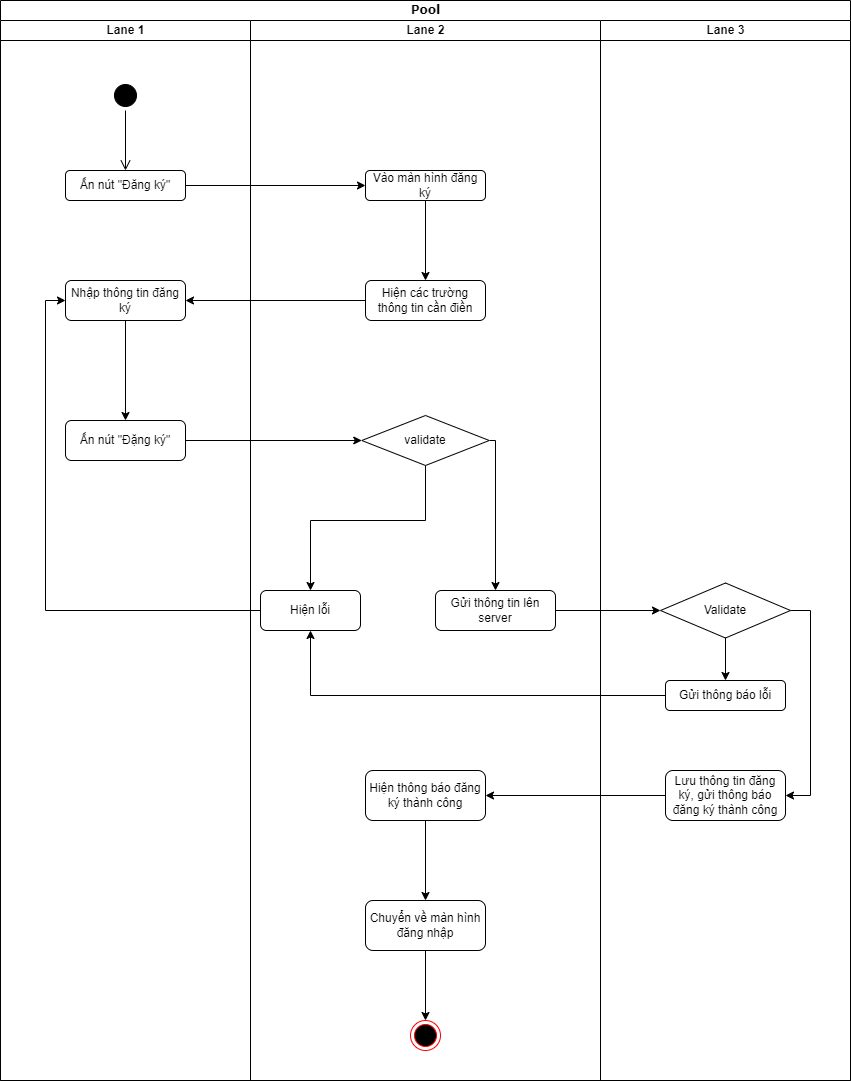
The draw.io diagram activity diagram/đăng ký.drawio.png in kienndhn/draw-io, before a commit. Source tidied: cells renumbered, new cells last; positions are measured from the earlier drawing's top-left corner, leaving out a move shared by most shapes. The source it was exported from:
```xml
<mxGraphModel>
  <root>
    <mxCell id="0" />
    <mxCell id="1" parent="0" />
    <mxCell id="2" value="Pool" style="swimlane;html=1;startSize=20;rounded=0;shadow=0;comic=0;labelBackgroundColor=none;strokeWidth=1;fontFamily=Verdana;fontSize=12;align=center;" parent="1" vertex="1">
      <mxGeometry width="850" height="1080" as="geometry" />
    </mxCell>
    <mxCell id="3" value="Lane 1" style="swimlane;html=1;startSize=20;" parent="2" vertex="1">
      <mxGeometry y="20" width="250" height="1060" as="geometry" />
    </mxCell>
    <mxCell id="4" style="ellipse;html=1;shape=startState;fillColor=#000000;strokeColor=#000000;" parent="3" vertex="1">
      <mxGeometry x="110" y="60" width="30" height="30" as="geometry" />
    </mxCell>
    <mxCell id="5" style="edgeStyle=orthogonalEdgeStyle;html=1;verticalAlign=bottom;endArrow=open;endSize=8;strokeColor=#000000;rounded=0;" parent="3" edge="1" source="4">
      <mxGeometry relative="1" as="geometry">
        <mxPoint x="125" y="150" as="targetPoint" />
      </mxGeometry>
    </mxCell>
    <mxCell id="6" value="Ấn nút &quot;Đăng ký&quot;" style="rounded=1;whiteSpace=wrap;html=1;" parent="3" vertex="1">
      <mxGeometry x="65" y="150" width="120" height="30" as="geometry" />
    </mxCell>
    <mxCell id="7" style="edgeStyle=orthogonalEdgeStyle;rounded=0;jettySize=auto;html=1;entryX=0.5;entryY=0;entryDx=0;entryDy=0;strokeColor=#000000;" parent="3" edge="1" source="8" target="9">
      <mxGeometry relative="1" as="geometry" />
    </mxCell>
    <mxCell id="8" value="Nhập thông tin đăng ký" style="rounded=1;whiteSpace=wrap;html=1;strokeColor=#000000;" parent="3" vertex="1">
      <mxGeometry x="65" y="260" width="120" height="40" as="geometry" />
    </mxCell>
    <mxCell id="9" value="Ấn nút &quot;Đặng ký&quot;" style="rounded=1;whiteSpace=wrap;html=1;strokeColor=#000000;" parent="3" vertex="1">
      <mxGeometry x="65" y="400" width="120" height="40" as="geometry" />
    </mxCell>
    <mxCell id="10" value="Lane 2" style="swimlane;html=1;startSize=20;" parent="2" vertex="1">
      <mxGeometry x="250" y="20" width="350" height="1060" as="geometry" />
    </mxCell>
    <mxCell id="11" style="edgeStyle=orthogonalEdgeStyle;rounded=0;jettySize=auto;html=1;entryX=0.5;entryY=0;entryDx=0;entryDy=0;strokeColor=#000000;" parent="10" edge="1" source="12" target="13">
      <mxGeometry relative="1" as="geometry" />
    </mxCell>
    <mxCell id="12" value="Vào màn hình đăng ký" style="rounded=1;whiteSpace=wrap;html=1;strokeColor=#000000;" parent="10" vertex="1">
      <mxGeometry x="115" y="150" width="120" height="30" as="geometry" />
    </mxCell>
    <mxCell id="13" value="Hiện các trường thông tin cần điền" style="rounded=1;whiteSpace=wrap;html=1;strokeColor=#000000;" parent="10" vertex="1">
      <mxGeometry x="115" y="260" width="120" height="40" as="geometry" />
    </mxCell>
    <mxCell id="14" style="edgeStyle=orthogonalEdgeStyle;rounded=0;jettySize=auto;html=1;exitX=0.5;exitY=1;exitDx=0;exitDy=0;entryX=0.5;entryY=0;entryDx=0;entryDy=0;strokeColor=#000000;" parent="10" edge="1" source="16" target="17">
      <mxGeometry relative="1" as="geometry">
        <Array as="points">
          <mxPoint x="175" y="500" />
          <mxPoint x="60" y="500" />
        </Array>
      </mxGeometry>
    </mxCell>
    <mxCell id="15" style="edgeStyle=orthogonalEdgeStyle;rounded=0;jettySize=auto;html=1;exitX=1;exitY=0.5;exitDx=0;exitDy=0;strokeColor=#000000;" parent="10" edge="1" source="16" target="18">
      <mxGeometry relative="1" as="geometry">
        <Array as="points">
          <mxPoint x="245" y="420" />
        </Array>
      </mxGeometry>
    </mxCell>
    <mxCell id="16" value="validate" style="rhombus;whiteSpace=wrap;html=1;strokeColor=#000000;" parent="10" vertex="1">
      <mxGeometry x="111.2" y="395" width="127.5" height="50" as="geometry" />
    </mxCell>
    <mxCell id="17" value="Hiện lỗi" style="rounded=1;whiteSpace=wrap;html=1;strokeColor=#000000;" parent="10" vertex="1">
      <mxGeometry x="10" y="570" width="100" height="40" as="geometry" />
    </mxCell>
    <mxCell id="18" value="Gửi thông tin lên server" style="rounded=1;whiteSpace=wrap;html=1;strokeColor=#000000;" parent="10" vertex="1">
      <mxGeometry x="185" y="570" width="120" height="40" as="geometry" />
    </mxCell>
    <mxCell id="19" style="edgeStyle=orthogonalEdgeStyle;rounded=0;jettySize=auto;html=1;strokeColor=#000000;" parent="10" edge="1" source="20" target="22">
      <mxGeometry relative="1" as="geometry" />
    </mxCell>
    <mxCell id="20" value="Hiện thông báo đăng ký thành công" style="rounded=1;whiteSpace=wrap;html=1;strokeColor=#000000;" parent="10" vertex="1">
      <mxGeometry x="115" y="750" width="120" height="50" as="geometry" />
    </mxCell>
    <mxCell id="21" style="edgeStyle=orthogonalEdgeStyle;rounded=0;jettySize=auto;html=1;entryX=0.5;entryY=0;entryDx=0;entryDy=0;strokeColor=#000000;" parent="10" edge="1" source="22" target="23">
      <mxGeometry relative="1" as="geometry" />
    </mxCell>
    <mxCell id="22" value="Chuyển về màn hình đăng nhập" style="rounded=1;whiteSpace=wrap;html=1;strokeColor=#000000;" parent="10" vertex="1">
      <mxGeometry x="115" y="880" width="120" height="50" as="geometry" />
    </mxCell>
    <mxCell id="23" style="ellipse;html=1;shape=endState;fillColor=#000000;strokeColor=#ff0000;" parent="10" vertex="1">
      <mxGeometry x="160" y="1000" width="30" height="30" as="geometry" />
    </mxCell>
    <mxCell id="24" value="Lane 3" style="swimlane;html=1;startSize=20;" parent="2" vertex="1">
      <mxGeometry x="600" y="20" width="250" height="1060" as="geometry" />
    </mxCell>
    <mxCell id="25" style="edgeStyle=orthogonalEdgeStyle;rounded=0;jettySize=auto;html=1;entryX=1;entryY=0.5;entryDx=0;entryDy=0;strokeColor=#000000;exitX=1;exitY=0.5;exitDx=0;exitDy=0;" parent="24" edge="1" source="27" target="28">
      <mxGeometry relative="1" as="geometry" />
    </mxCell>
    <mxCell id="26" style="edgeStyle=orthogonalEdgeStyle;rounded=0;jettySize=auto;html=1;entryX=0.5;entryY=0;entryDx=0;entryDy=0;strokeColor=#000000;" parent="24" edge="1" source="27" target="29">
      <mxGeometry relative="1" as="geometry" />
    </mxCell>
    <mxCell id="27" value="Validate" style="rhombus;whiteSpace=wrap;html=1;strokeColor=#000000;" parent="24" vertex="1">
      <mxGeometry x="60" y="562.5" width="130" height="55" as="geometry" />
    </mxCell>
    <mxCell id="28" value="Lưu thông tin đăng ký, gửi thông báo đăng ký thành công" style="rounded=1;whiteSpace=wrap;html=1;strokeColor=#000000;" parent="24" vertex="1">
      <mxGeometry x="65" y="750" width="120" height="50" as="geometry" />
    </mxCell>
    <mxCell id="29" value="Gửi thông báo lỗi" style="rounded=1;whiteSpace=wrap;html=1;strokeColor=#000000;" parent="24" vertex="1">
      <mxGeometry x="65" y="660" width="120" height="30" as="geometry" />
    </mxCell>
    <mxCell id="30" style="edgeStyle=orthogonalEdgeStyle;rounded=0;jettySize=auto;html=1;entryX=0;entryY=0.5;entryDx=0;entryDy=0;strokeColor=#000000;" parent="2" edge="1" source="6" target="12">
      <mxGeometry relative="1" as="geometry" />
    </mxCell>
    <mxCell id="31" style="edgeStyle=orthogonalEdgeStyle;rounded=0;jettySize=auto;html=1;entryX=1;entryY=0.5;entryDx=0;entryDy=0;strokeColor=#000000;" parent="2" edge="1" source="13" target="8">
      <mxGeometry relative="1" as="geometry" />
    </mxCell>
    <mxCell id="32" style="edgeStyle=orthogonalEdgeStyle;rounded=0;jettySize=auto;html=1;entryX=0;entryY=0.5;entryDx=0;entryDy=0;strokeColor=#000000;" parent="2" edge="1" source="9" target="16">
      <mxGeometry relative="1" as="geometry" />
    </mxCell>
    <mxCell id="33" style="edgeStyle=orthogonalEdgeStyle;rounded=0;jettySize=auto;html=1;entryX=0;entryY=0.5;entryDx=0;entryDy=0;strokeColor=#000000;" parent="2" edge="1" source="17" target="8">
      <mxGeometry relative="1" as="geometry" />
    </mxCell>
    <mxCell id="34" style="edgeStyle=orthogonalEdgeStyle;rounded=0;jettySize=auto;html=1;entryX=0;entryY=0.5;entryDx=0;entryDy=0;strokeColor=#000000;" parent="2" edge="1" source="18" target="27">
      <mxGeometry relative="1" as="geometry" />
    </mxCell>
    <mxCell id="35" style="edgeStyle=orthogonalEdgeStyle;rounded=0;jettySize=auto;html=1;strokeColor=#000000;" parent="2" edge="1" source="28" target="20">
      <mxGeometry relative="1" as="geometry" />
    </mxCell>
    <mxCell id="36" style="edgeStyle=orthogonalEdgeStyle;rounded=0;jettySize=auto;html=1;entryX=0.5;entryY=1;entryDx=0;entryDy=0;strokeColor=#000000;" parent="2" edge="1" source="29" target="17">
      <mxGeometry relative="1" as="geometry" />
    </mxCell>
  </root>
</mxGraphModel>
```
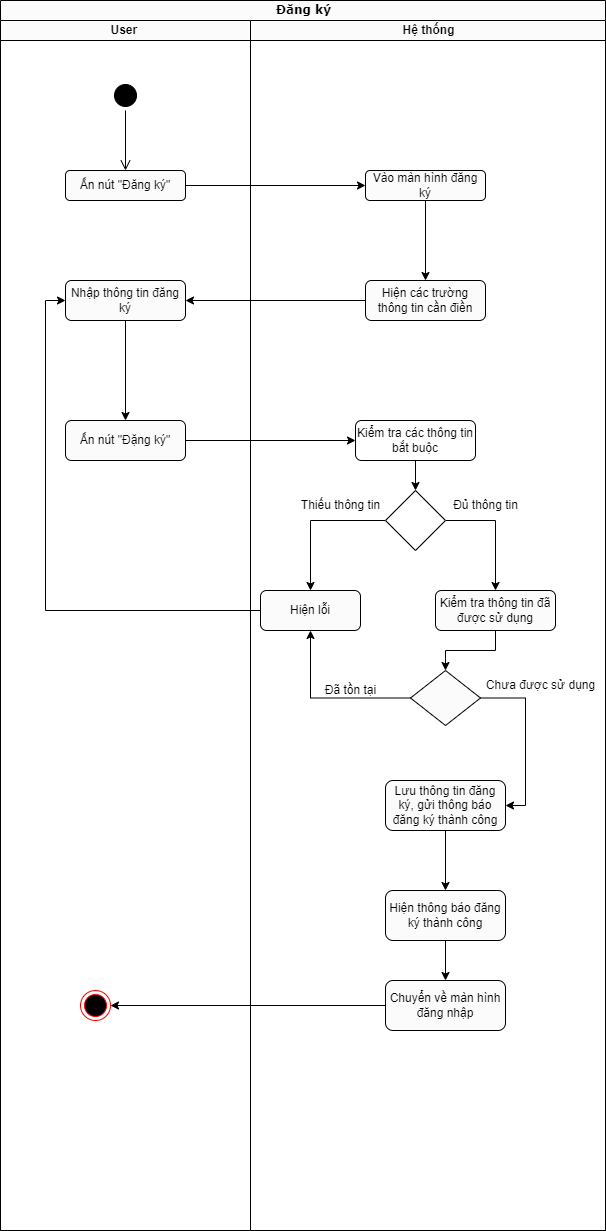
Later version of the same file.

What changed in the source:
```diff
@@ -2,11 +2,11 @@
   <root>
     <mxCell id="0" />
     <mxCell id="1" parent="0" />
-    <mxCell id="2" value="Pool" style="swimlane;html=1;startSize=20;rounded=0;shadow=0;comic=0;labelBackgroundColor=none;strokeWidth=1;fontFamily=Verdana;fontSize=12;align=center;" parent="1" vertex="1">
-      <mxGeometry width="850" height="1080" as="geometry" />
+    <mxCell id="2" value="Đăng ký" style="swimlane;html=1;startSize=20;rounded=0;shadow=0;comic=0;labelBackgroundColor=none;strokeWidth=1;fontFamily=Verdana;fontSize=12;align=center;" parent="1" vertex="1">
+      <mxGeometry width="605" height="1230" as="geometry" />
     </mxCell>
-    <mxCell id="3" value="Lane 1" style="swimlane;html=1;startSize=20;" parent="2" vertex="1">
-      <mxGeometry y="20" width="250" height="1060" as="geometry" />
+    <mxCell id="3" value="User&amp;nbsp;" style="swimlane;html=1;startSize=20;" parent="2" vertex="1">
+      <mxGeometry y="20" width="250" height="1210" as="geometry" />
     </mxCell>
     <mxCell id="4" style="ellipse;html=1;shape=startState;fillColor=#000000;strokeColor=#000000;" parent="3" vertex="1">
       <mxGeometry x="110" y="60" width="30" height="30" as="geometry" />
@@ -28,8 +28,11 @@
     <mxCell id="9" value="Ấn nút &quot;Đặng ký&quot;" style="rounded=1;whiteSpace=wrap;html=1;strokeColor=#000000;" parent="3" vertex="1">
       <mxGeometry x="65" y="400" width="120" height="40" as="geometry" />
     </mxCell>
+    <mxCell id="23" style="ellipse;html=1;shape=endState;fillColor=#000000;strokeColor=#ff0000;" parent="3" vertex="1">
+      <mxGeometry x="80" y="970" width="30" height="30" as="geometry" />
+    </mxCell>
-    <mxCell id="10" value="Lane 2" style="swimlane;html=1;startSize=20;" parent="2" vertex="1">
-      <mxGeometry x="250" y="20" width="350" height="1060" as="geometry" />
+    <mxCell id="10" value="Hệ thống" style="swimlane;html=1;startSize=20;" parent="2" vertex="1">
+      <mxGeometry x="250" y="20" width="355" height="1210" as="geometry" />
     </mxCell>
     <mxCell id="11" style="edgeStyle=orthogonalEdgeStyle;rounded=0;jettySize=auto;html=1;entryX=0.5;entryY=0;entryDx=0;entryDy=0;strokeColor=#000000;" parent="10" edge="1" source="12" target="13">
       <mxGeometry relative="1" as="geometry" />
@@ -40,83 +43,80 @@
     <mxCell id="13" value="Hiện các trường thông tin cần điền" style="rounded=1;whiteSpace=wrap;html=1;strokeColor=#000000;" parent="10" vertex="1">
       <mxGeometry x="115" y="260" width="120" height="40" as="geometry" />
     </mxCell>
-    <mxCell id="14" style="edgeStyle=orthogonalEdgeStyle;rounded=0;jettySize=auto;html=1;exitX=0.5;exitY=1;exitDx=0;exitDy=0;entryX=0.5;entryY=0;entryDx=0;entryDy=0;strokeColor=#000000;" parent="10" edge="1" source="16" target="17">
-      <mxGeometry relative="1" as="geometry">
-        <Array as="points">
-          <mxPoint x="175" y="500" />
-          <mxPoint x="60" y="500" />
-        </Array>
-      </mxGeometry>
-    </mxCell>
-    <mxCell id="15" style="edgeStyle=orthogonalEdgeStyle;rounded=0;jettySize=auto;html=1;exitX=1;exitY=0.5;exitDx=0;exitDy=0;strokeColor=#000000;" parent="10" edge="1" source="16" target="18">
-      <mxGeometry relative="1" as="geometry">
-        <Array as="points">
-          <mxPoint x="245" y="420" />
-        </Array>
-      </mxGeometry>
-    </mxCell>
-    <mxCell id="16" value="validate" style="rhombus;whiteSpace=wrap;html=1;strokeColor=#000000;" parent="10" vertex="1">
-      <mxGeometry x="111.2" y="395" width="127.5" height="50" as="geometry" />
-    </mxCell>
     <mxCell id="17" value="Hiện lỗi" style="rounded=1;whiteSpace=wrap;html=1;strokeColor=#000000;" parent="10" vertex="1">
       <mxGeometry x="10" y="570" width="100" height="40" as="geometry" />
     </mxCell>
-    <mxCell id="18" value="Gửi thông tin lên server" style="rounded=1;whiteSpace=wrap;html=1;strokeColor=#000000;" parent="10" vertex="1">
+    <mxCell id="18" value="Kiểm tra thông tin đã được sử dụng" style="rounded=1;whiteSpace=wrap;html=1;strokeColor=#000000;" parent="10" vertex="1">
       <mxGeometry x="185" y="570" width="120" height="40" as="geometry" />
     </mxCell>
     <mxCell id="19" style="edgeStyle=orthogonalEdgeStyle;rounded=0;jettySize=auto;html=1;strokeColor=#000000;" parent="10" edge="1" source="20" target="22">
       <mxGeometry relative="1" as="geometry" />
     </mxCell>
     <mxCell id="20" value="Hiện thông báo đăng ký thành công" style="rounded=1;whiteSpace=wrap;html=1;strokeColor=#000000;" parent="10" vertex="1">
-      <mxGeometry x="115" y="750" width="120" height="50" as="geometry" />
+      <mxGeometry x="135" y="870" width="120" height="50" as="geometry" />
     </mxCell>
-    <mxCell id="21" style="edgeStyle=orthogonalEdgeStyle;rounded=0;jettySize=auto;html=1;entryX=0.5;entryY=0;entryDx=0;entryDy=0;strokeColor=#000000;" parent="10" edge="1" source="22" target="23">
-      <mxGeometry relative="1" as="geometry" />
-    </mxCell>
     <mxCell id="22" value="Chuyển về màn hình đăng nhập" style="rounded=1;whiteSpace=wrap;html=1;strokeColor=#000000;" parent="10" vertex="1">
-      <mxGeometry x="115" y="880" width="120" height="50" as="geometry" />
+      <mxGeometry x="135" y="960" width="120" height="50" as="geometry" />
     </mxCell>
-    <mxCell id="23" style="ellipse;html=1;shape=endState;fillColor=#000000;strokeColor=#ff0000;" parent="10" vertex="1">
-      <mxGeometry x="160" y="1000" width="30" height="30" as="geometry" />
-    </mxCell>
-    <mxCell id="24" value="Lane 3" style="swimlane;html=1;startSize=20;" parent="2" vertex="1">
-      <mxGeometry x="600" y="20" width="250" height="1060" as="geometry" />
-    </mxCell>
+    <mxCell id="27" style="rhombus;whiteSpace=wrap;html=1;strokeColor=#000000;" parent="10" vertex="1">
+      <mxGeometry x="160" y="650" width="70" height="55" as="geometry" />
+    </mxCell>
+    <mxCell id="34" style="edgeStyle=orthogonalEdgeStyle;rounded=0;jettySize=auto;html=1;entryX=0.5;entryY=0;entryDx=0;entryDy=0;strokeColor=#000000;" parent="10" edge="1" source="18" target="27">
+      <mxGeometry relative="1" as="geometry" />
+    </mxCell>
+    <mxCell id="28" value="Lưu thông tin đăng ký, gửi thông báo đăng ký thành công" style="rounded=1;whiteSpace=wrap;html=1;strokeColor=#000000;" parent="10" vertex="1">
+      <mxGeometry x="135" y="760" width="120" height="50" as="geometry" />
+    </mxCell>
+    <mxCell id="35" style="edgeStyle=orthogonalEdgeStyle;rounded=0;jettySize=auto;html=1;strokeColor=#000000;" parent="10" edge="1" source="28" target="20">
+      <mxGeometry relative="1" as="geometry" />
+    </mxCell>
-    <mxCell id="25" style="edgeStyle=orthogonalEdgeStyle;rounded=0;jettySize=auto;html=1;entryX=1;entryY=0.5;entryDx=0;entryDy=0;strokeColor=#000000;exitX=1;exitY=0.5;exitDx=0;exitDy=0;" parent="24" edge="1" source="27" target="28">
+    <mxCell id="25" style="edgeStyle=orthogonalEdgeStyle;rounded=0;jettySize=auto;html=1;entryX=1;entryY=0.5;entryDx=0;entryDy=0;strokeColor=#000000;exitX=1;exitY=0.5;exitDx=0;exitDy=0;" parent="10" edge="1" source="27" target="28">
       <mxGeometry relative="1" as="geometry" />
     </mxCell>
-    <mxCell id="26" style="edgeStyle=orthogonalEdgeStyle;rounded=0;jettySize=auto;html=1;entryX=0.5;entryY=0;entryDx=0;entryDy=0;strokeColor=#000000;" parent="24" edge="1" source="27" target="29">
+    <mxCell id="26" style="edgeStyle=orthogonalEdgeStyle;rounded=0;jettySize=auto;html=1;entryX=0.5;entryY=1;entryDx=0;entryDy=0;strokeColor=#000000;" parent="10" edge="1" source="27" target="17">
       <mxGeometry relative="1" as="geometry" />
     </mxCell>
-    <mxCell id="27" value="Validate" style="rhombus;whiteSpace=wrap;html=1;strokeColor=#000000;" parent="24" vertex="1">
-      <mxGeometry x="60" y="562.5" width="130" height="55" as="geometry" />
-    </mxCell>
-    <mxCell id="28" value="Lưu thông tin đăng ký, gửi thông báo đăng ký thành công" style="rounded=1;whiteSpace=wrap;html=1;strokeColor=#000000;" parent="24" vertex="1">
-      <mxGeometry x="65" y="750" width="120" height="50" as="geometry" />
-    </mxCell>
-    <mxCell id="29" value="Gửi thông báo lỗi" style="rounded=1;whiteSpace=wrap;html=1;strokeColor=#000000;" parent="24" vertex="1">
-      <mxGeometry x="65" y="660" width="120" height="30" as="geometry" />
-    </mxCell>
+    <mxCell id="37" style="edgeStyle=none;rounded=0;jettySize=auto;html=1;strokeColor=#000000;" parent="10" edge="1" source="38" target="41">
+      <mxGeometry relative="1" as="geometry" />
+    </mxCell>
+    <mxCell id="38" value="Kiểm tra các thông tin bắt buộc" style="rounded=1;whiteSpace=wrap;html=1;strokeColor=#000000;fillColor=#FFFFFF;" parent="10" vertex="1">
+      <mxGeometry x="105" y="400" width="120" height="40" as="geometry" />
+    </mxCell>
+    <mxCell id="39" style="edgeStyle=orthogonalEdgeStyle;rounded=0;jettySize=auto;html=1;entryX=0.5;entryY=0;entryDx=0;entryDy=0;strokeColor=#000000;" parent="10" edge="1" source="41" target="17">
+      <mxGeometry relative="1" as="geometry" />
+    </mxCell>
+    <mxCell id="40" style="edgeStyle=orthogonalEdgeStyle;rounded=0;jettySize=auto;html=1;entryX=0.5;entryY=0;entryDx=0;entryDy=0;strokeColor=#000000;exitX=1;exitY=0.5;exitDx=0;exitDy=0;" parent="10" edge="1" source="41" target="18">
+      <mxGeometry relative="1" as="geometry" />
+    </mxCell>
+    <mxCell id="41" style="rhombus;whiteSpace=wrap;html=1;strokeColor=#000000;fillColor=#FFFFFF;" parent="10" vertex="1">
+      <mxGeometry x="135" y="470" width="60" height="60" as="geometry" />
+    </mxCell>
+    <mxCell id="42" value="Thiếu thông tin" style="text;html=1;align=center;verticalAlign=middle;strokeColor=none;fillColor=none;" parent="10" vertex="1">
+      <mxGeometry x="40" y="470" width="100" height="30" as="geometry" />
+    </mxCell>
+    <mxCell id="43" value="Đủ thông tin" style="text;html=1;align=center;verticalAlign=middle;strokeColor=none;fillColor=none;" parent="10" vertex="1">
+      <mxGeometry x="190" y="470" width="90" height="30" as="geometry" />
+    </mxCell>
+    <mxCell id="44" value="Chưa được sử dụng" style="text;html=1;align=center;verticalAlign=middle;strokeColor=none;fillColor=none;" parent="10" vertex="1">
+      <mxGeometry x="225" y="650" width="130" height="30" as="geometry" />
+    </mxCell>
     <mxCell id="30" style="edgeStyle=orthogonalEdgeStyle;rounded=0;jettySize=auto;html=1;entryX=0;entryY=0.5;entryDx=0;entryDy=0;strokeColor=#000000;" parent="2" edge="1" source="6" target="12">
       <mxGeometry relative="1" as="geometry" />
     </mxCell>
     <mxCell id="31" style="edgeStyle=orthogonalEdgeStyle;rounded=0;jettySize=auto;html=1;entryX=1;entryY=0.5;entryDx=0;entryDy=0;strokeColor=#000000;" parent="2" edge="1" source="13" target="8">
       <mxGeometry relative="1" as="geometry" />
     </mxCell>
-    <mxCell id="32" style="edgeStyle=orthogonalEdgeStyle;rounded=0;jettySize=auto;html=1;entryX=0;entryY=0.5;entryDx=0;entryDy=0;strokeColor=#000000;" parent="2" edge="1" source="9" target="16">
+    <mxCell id="32" style="edgeStyle=orthogonalEdgeStyle;rounded=0;jettySize=auto;html=1;strokeColor=#000000;" parent="2" edge="1" source="9" target="38">
       <mxGeometry relative="1" as="geometry" />
     </mxCell>
     <mxCell id="33" style="edgeStyle=orthogonalEdgeStyle;rounded=0;jettySize=auto;html=1;entryX=0;entryY=0.5;entryDx=0;entryDy=0;strokeColor=#000000;" parent="2" edge="1" source="17" target="8">
       <mxGeometry relative="1" as="geometry" />
     </mxCell>
-    <mxCell id="34" style="edgeStyle=orthogonalEdgeStyle;rounded=0;jettySize=auto;html=1;entryX=0;entryY=0.5;entryDx=0;entryDy=0;strokeColor=#000000;" parent="2" edge="1" source="18" target="27">
-      <mxGeometry relative="1" as="geometry" />
-    </mxCell>
-    <mxCell id="35" style="edgeStyle=orthogonalEdgeStyle;rounded=0;jettySize=auto;html=1;strokeColor=#000000;" parent="2" edge="1" source="28" target="20">
-      <mxGeometry relative="1" as="geometry" />
-    </mxCell>
-    <mxCell id="36" style="edgeStyle=orthogonalEdgeStyle;rounded=0;jettySize=auto;html=1;entryX=0.5;entryY=1;entryDx=0;entryDy=0;strokeColor=#000000;" parent="2" edge="1" source="29" target="17">
-      <mxGeometry relative="1" as="geometry" />
-    </mxCell>
+    <mxCell id="21" style="edgeStyle=orthogonalEdgeStyle;rounded=0;jettySize=auto;html=1;entryX=1;entryY=0.5;entryDx=0;entryDy=0;strokeColor=#000000;" parent="2" edge="1" source="22" target="23">
+      <mxGeometry relative="1" as="geometry" />
+    </mxCell>
+    <mxCell id="45" value="Đã tồn tại" style="text;html=1;align=center;verticalAlign=middle;strokeColor=none;fillColor=none;" parent="1" vertex="1">
+      <mxGeometry x="315" y="675" width="70" height="30" as="geometry" />
+    </mxCell>
   </root>
 </mxGraphModel>
```
